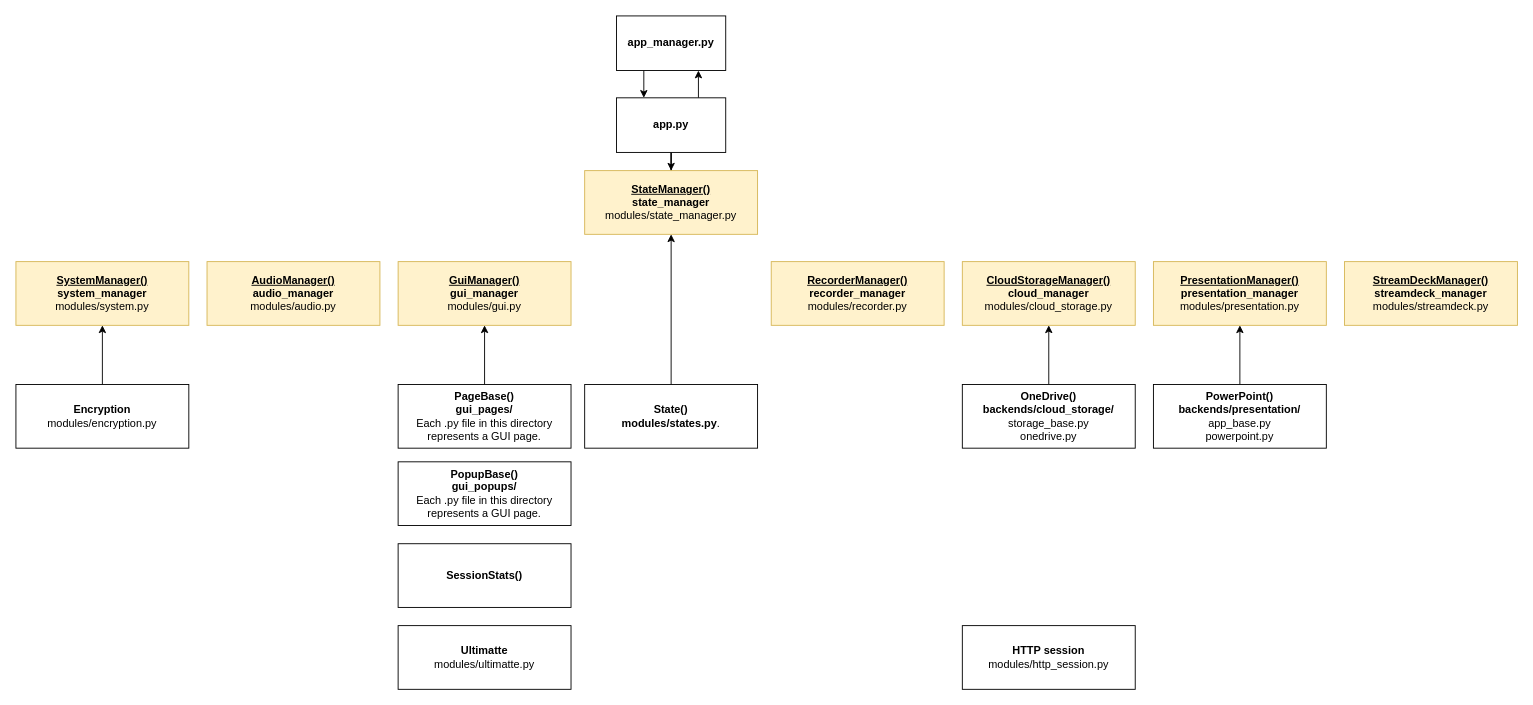
Earlier version of the draw.io diagram documents/code_overview.drawio (UtrechtUniversity/diy-studio-app). Source tidied: cells renumbered, new cells numbered last; positions are measured from the earlier drawing's top-left corner, leaving out a move shared by most shapes. Both pictures are drawn from the tidied source at 91%, with x=0, y=0 at pixel (15, 15).
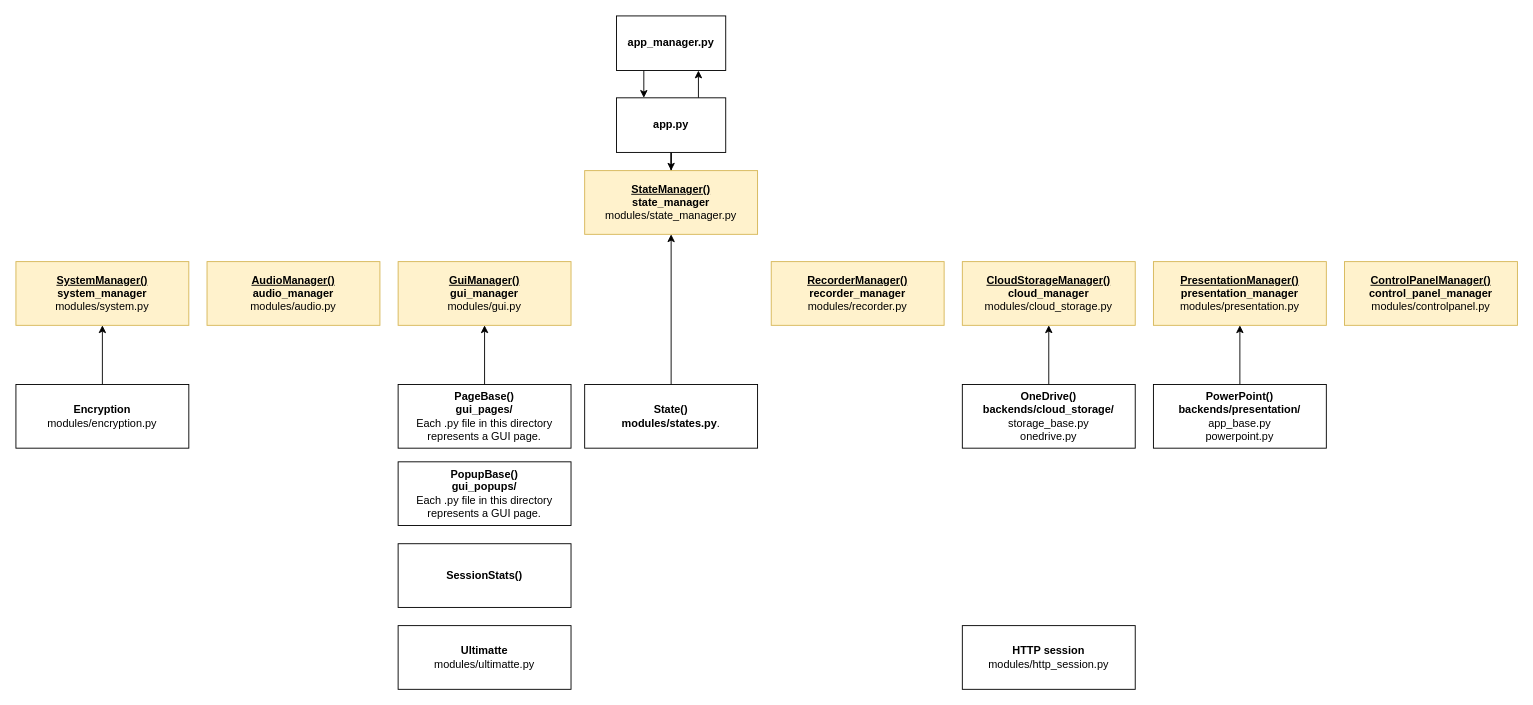
After the change.

The edit, as a diff of the source:
```diff
@@
-    <mxCell id="15" value="&lt;b&gt;&lt;u&gt;StreamDeckManager()&lt;/u&gt;&lt;br&gt;streamdeck_manager&lt;br&gt;&lt;/b&gt;&lt;div&gt;&lt;span style=&quot;background-color: transparent; color: light-dark(rgb(0, 0, 0), rgb(255, 255, 255));&quot;&gt;modules&lt;/span&gt;/streamdeck.py&lt;/div&gt;" style="rounded=0;whiteSpace=wrap;html=1;fillColor=#fff2cc;strokeColor=#d6b656;" parent="1" vertex="1">
+    <mxCell id="15" value="&lt;b&gt;&lt;u&gt;ControlPanelManager()&lt;/u&gt;&lt;br&gt;control_panel_manager&lt;br&gt;&lt;/b&gt;&lt;div&gt;&lt;span style=&quot;background-color: transparent; color: light-dark(rgb(0, 0, 0), rgb(255, 255, 255));&quot;&gt;modules&lt;/span&gt;/controlpanel.py&lt;/div&gt;" style="rounded=0;whiteSpace=wrap;html=1;fillColor=#fff2cc;strokeColor=#d6b656;" parent="1" vertex="1">
       <mxGeometry x="1460" y="270" width="190" height="70" as="geometry" />
     </mxCell>
```
